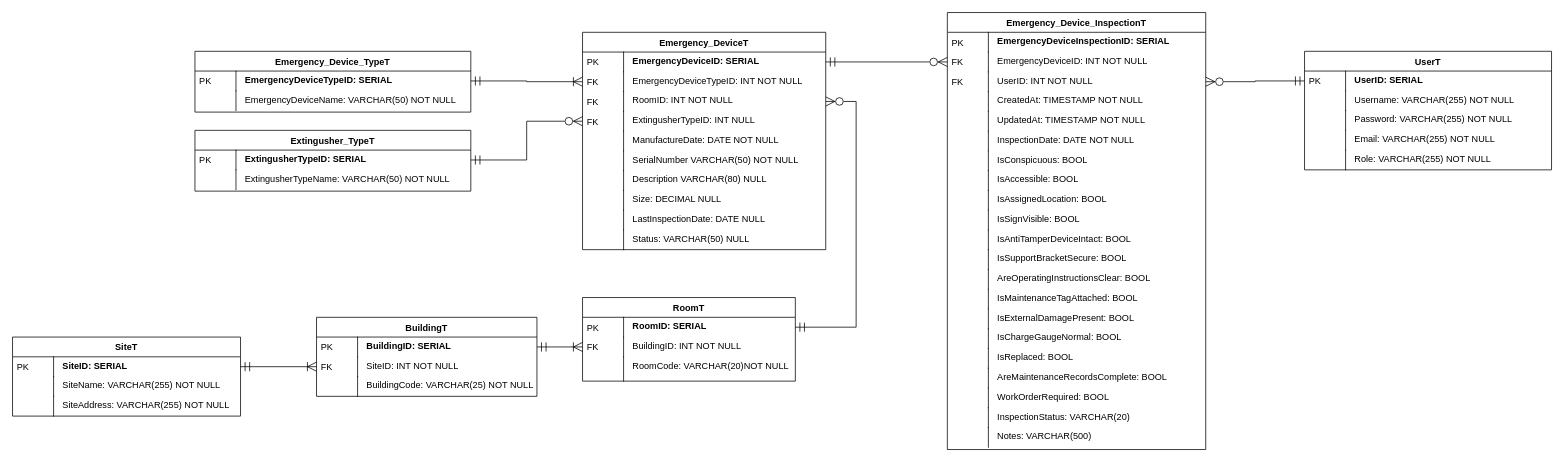
AlexGithub777/BAP---Project keeps this draw.io diagram as Diagrams/ERD/erd.drawio. Above is the earlier version. Source tidied: cells renumbered, new cells numbered last; positions are measured from the earlier drawing's top-left corner, leaving out a move shared by most shapes. Both pictures are drawn from the tidied source at 76%, with x=0, y=0 at pixel (12, 12).
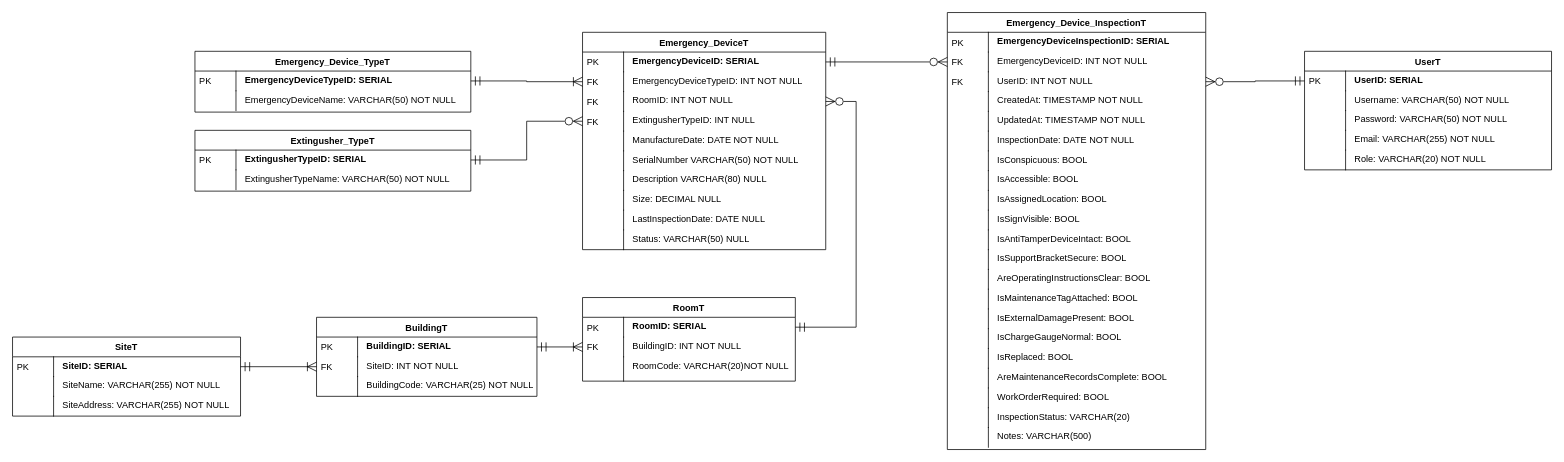
Above is the later version.

Unchanged cells that the change refers to:
```xml
<mxCell id="87" value="UserT" style="swimlane;fontStyle=1;horizontal=1;startSize=26;fillColor=default;swimlaneFillColor=default;align=center;" parent="1" vertex="1">
  <mxGeometry x="1700" y="51" width="325" height="156" as="geometry" />
</mxCell>
```

Change to the diagram source:
```diff
@@
-    <mxCell id="90" value="Username: VARCHAR(255) NOT NULL" style="shape=partialRectangle;top=0;left=0;right=0;bottom=0;align=left;verticalAlign=top;spacingTop=-2;fillColor=none;spacingLeft=64;spacingRight=4;overflow=hidden;" parent="87" vertex="1">
+    <mxCell id="90" value="Username: VARCHAR(50) NOT NULL" style="shape=partialRectangle;top=0;left=0;right=0;bottom=0;align=left;verticalAlign=top;spacingTop=-2;fillColor=none;spacingLeft=64;spacingRight=4;overflow=hidden;" parent="87" vertex="1">
       <mxGeometry y="52" width="325" height="26" as="geometry" />
     </mxCell>
@@
-    <mxCell id="92" value="Password: VARCHAR(255) NOT NULL" style="shape=partialRectangle;top=0;left=0;right=0;bottom=0;align=left;verticalAlign=top;spacingTop=-2;fillColor=none;spacingLeft=64;spacingRight=4;overflow=hidden;" parent="87" vertex="1">
+    <mxCell id="92" value="Password: VARCHAR(50) NOT NULL" style="shape=partialRectangle;top=0;left=0;right=0;bottom=0;align=left;verticalAlign=top;spacingTop=-2;fillColor=none;spacingLeft=64;spacingRight=4;overflow=hidden;" parent="87" vertex="1">
       <mxGeometry y="78" width="325" height="26" as="geometry" />
     </mxCell>
@@
-    <mxCell id="96" value="Role: VARCHAR(255) NOT NULL" style="shape=partialRectangle;top=0;left=0;right=0;bottom=0;align=left;verticalAlign=top;spacingTop=-2;fillColor=none;spacingLeft=64;spacingRight=4;overflow=hidden;" parent="87" vertex="1">
+    <mxCell id="96" value="Role: VARCHAR(20) NOT NULL" style="shape=partialRectangle;top=0;left=0;right=0;bottom=0;align=left;verticalAlign=top;spacingTop=-2;fillColor=none;spacingLeft=64;spacingRight=4;overflow=hidden;" parent="87" vertex="1">
       <mxGeometry y="130" width="325" height="26" as="geometry" />
     </mxCell>
```
